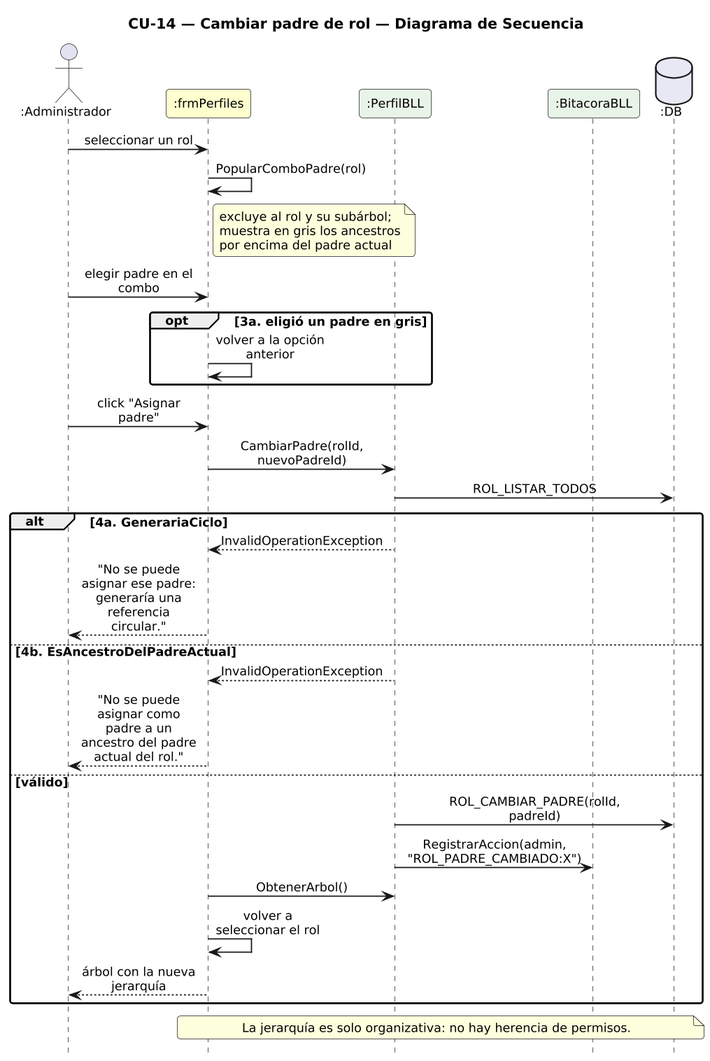
Above: DIAGRAMAS/DiagramaSecuencia_CU14_CambiarPadreRol.png in Urrels/ingenieria_software (PlantUML), before the change.
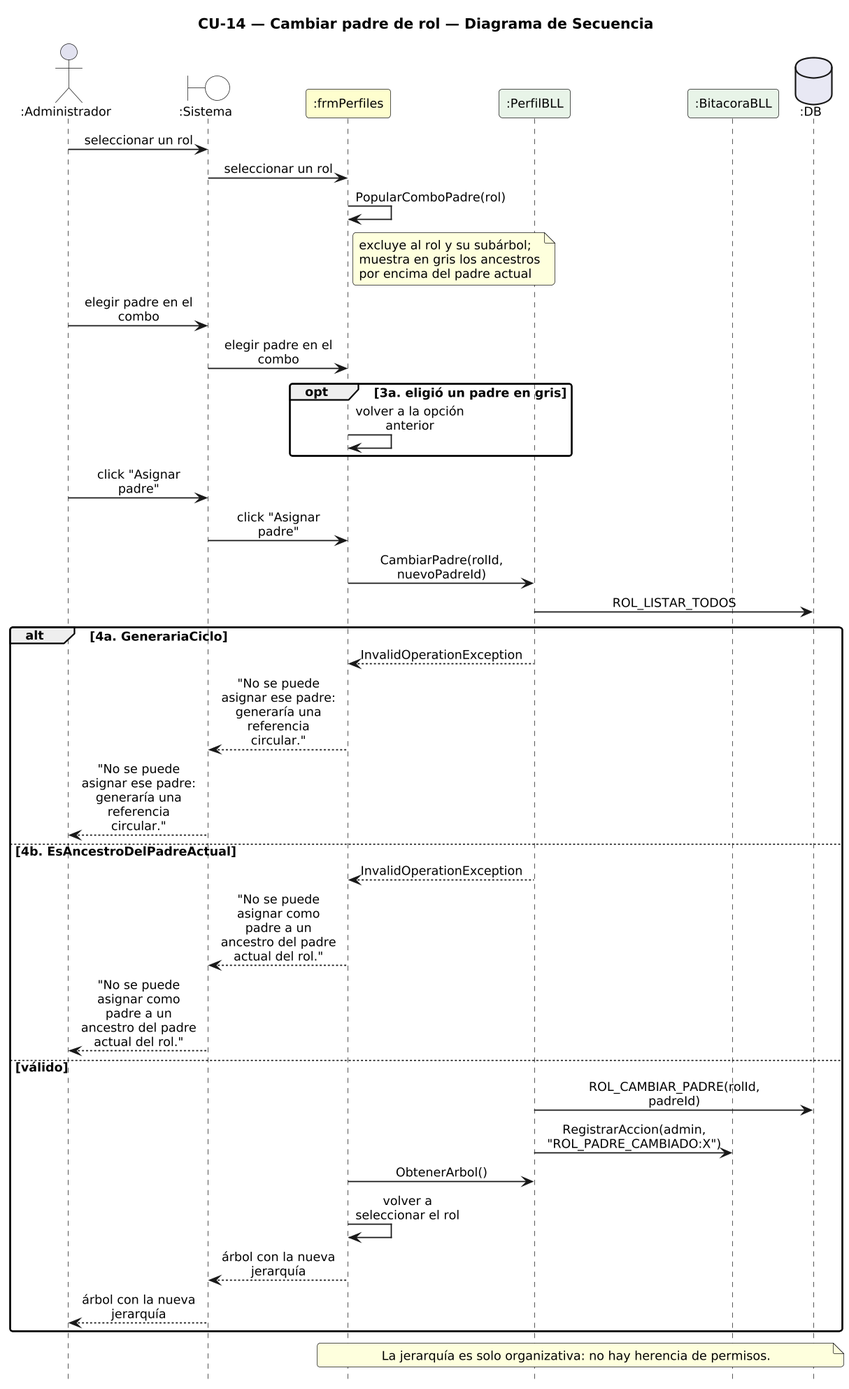
The same file after the commit.

The edit, as a diff of the source:
```diff
@@ -14,37 +14,44 @@
 hide footbox
 
 actor ":Administrador" as A
+boundary ":Sistema" as SYS #FFFFFF
 participant ":frmPerfiles" as F #FEFECE
 participant ":PerfilBLL" as PB #E8F4E8
 participant ":BitacoraBLL" as BB #E8F4E8
 database ":DB" as DB #E8E8F4
 
-A -> F : seleccionar un rol
+A -> SYS : seleccionar un rol
+SYS -> F : seleccionar un rol
 F -> F : PopularComboPadre(rol)
 note right of F
   excluye al rol y su subárbol;
   muestra en gris los ancestros
   por encima del padre actual
 end note
-A -> F : elegir padre en el combo
+A -> SYS : elegir padre en el combo
+SYS -> F : elegir padre en el combo
 opt 3a. eligió un padre en gris
   F -> F : volver a la opción anterior
 end
-A -> F : click "Asignar padre"
+A -> SYS : click "Asignar padre"
+SYS -> F : click "Asignar padre"
 F -> PB : CambiarPadre(rolId, nuevoPadreId)
 PB -> DB : ROL_LISTAR_TODOS
 alt 4a. GenerariaCiclo
   PB --> F : InvalidOperationException
-  F --> A : "No se puede asignar ese padre:\ngeneraría una referencia circular."
+  F --> SYS : "No se puede asignar ese padre:\ngeneraría una referencia circular."
+  SYS --> A : "No se puede asignar ese padre:\ngeneraría una referencia circular."
 else 4b. EsAncestroDelPadreActual
   PB --> F : InvalidOperationException
-  F --> A : "No se puede asignar como padre a un\nancestro del padre actual del rol."
+  F --> SYS : "No se puede asignar como padre a un\nancestro del padre actual del rol."
+  SYS --> A : "No se puede asignar como padre a un\nancestro del padre actual del rol."
 else válido
   PB -> DB : ROL_CAMBIAR_PADRE(rolId, padreId)
   PB -> BB : RegistrarAccion(admin, "ROL_PADRE_CAMBIADO:X")
   F -> PB : ObtenerArbol()
   F -> F : volver a seleccionar el rol
-  F --> A : árbol con la nueva jerarquía
+  F --> SYS : árbol con la nueva jerarquía
+  SYS --> A : árbol con la nueva jerarquía
 end
 note over F, DB : La jerarquía es solo organizativa: no hay herencia de permisos.
 
```
